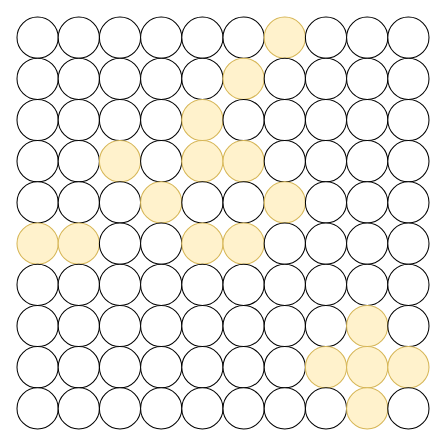
Earlier version of the draw.io diagram 2024_BOJ/drawio/14939.drawio (celbeing/PS_STUDY). Source tidied: cells renumbered, new cells numbered last; positions are measured from the earlier drawing's top-left corner, leaving out a move shared by most shapes. Both pictures are drawn from the tidied source at 103%, with x=0, y=0 at pixel (16, 16).
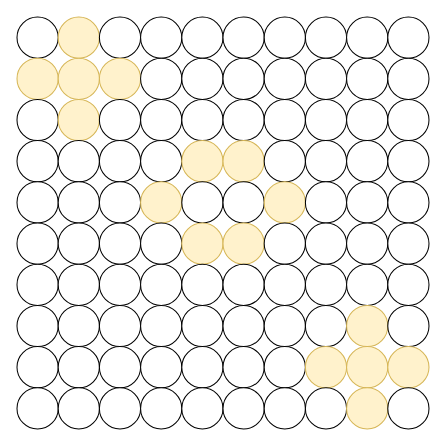
The same diagram, later.

What changed in the source:
```diff
@@
-    <mxCell id="3" style="ellipse;whiteSpace=wrap;html=1;" parent="1" vertex="1">
+    <mxCell id="3" style="ellipse;whiteSpace=wrap;html=1;fillColor=#fff2cc;strokeColor=#d6b656;" parent="1" vertex="1">
       <mxGeometry x="40" width="40" height="40" as="geometry" />
     </mxCell>
@@
-    <mxCell id="8" style="ellipse;whiteSpace=wrap;html=1;fillColor=#fff2cc;strokeColor=#d6b656;" parent="1" vertex="1">
+    <mxCell id="8" style="ellipse;whiteSpace=wrap;html=1;" parent="1" vertex="1">
       <mxGeometry x="240" width="40" height="40" as="geometry" />
     </mxCell>
@@
-    <mxCell id="12" style="ellipse;whiteSpace=wrap;html=1;" parent="1" vertex="1">
+    <mxCell id="12" style="ellipse;whiteSpace=wrap;html=1;fillColor=#fff2cc;strokeColor=#d6b656;" parent="1" vertex="1">
       <mxGeometry y="40" width="40" height="40" as="geometry" />
     </mxCell>
-    <mxCell id="13" style="ellipse;whiteSpace=wrap;html=1;" parent="1" vertex="1">
+    <mxCell id="13" style="ellipse;whiteSpace=wrap;html=1;fillColor=#fff2cc;strokeColor=#d6b656;" parent="1" vertex="1">
       <mxGeometry x="40" y="40" width="40" height="40" as="geometry" />
     </mxCell>
-    <mxCell id="14" style="ellipse;whiteSpace=wrap;html=1;" parent="1" vertex="1">
+    <mxCell id="14" style="ellipse;whiteSpace=wrap;html=1;fillColor=#fff2cc;strokeColor=#d6b656;" parent="1" vertex="1">
       <mxGeometry x="80" y="40" width="40" height="40" as="geometry" />
     </mxCell>
@@
-    <mxCell id="17" style="ellipse;whiteSpace=wrap;html=1;direction=south;fillColor=#fff2cc;strokeColor=#d6b656;" parent="1" vertex="1">
+    <mxCell id="17" style="ellipse;whiteSpace=wrap;html=1;direction=south;" parent="1" vertex="1">
       <mxGeometry x="200" y="40" width="40" height="40" as="geometry" />
     </mxCell>
@@
-    <mxCell id="23" style="ellipse;whiteSpace=wrap;html=1;" parent="1" vertex="1">
+    <mxCell id="23" style="ellipse;whiteSpace=wrap;html=1;fillColor=#fff2cc;strokeColor=#d6b656;" parent="1" vertex="1">
       <mxGeometry x="40" y="80" width="40" height="40" as="geometry" />
     </mxCell>
@@
-    <mxCell id="26" style="ellipse;whiteSpace=wrap;html=1;fillColor=#fff2cc;strokeColor=#d6b656;" parent="1" vertex="1">
+    <mxCell id="26" style="ellipse;whiteSpace=wrap;html=1;" parent="1" vertex="1">
       <mxGeometry x="160" y="80" width="40" height="40" as="geometry" />
     </mxCell>
@@
-    <mxCell id="34" style="ellipse;whiteSpace=wrap;html=1;fillColor=#fff2cc;strokeColor=#d6b656;" parent="1" vertex="1">
+    <mxCell id="34" style="ellipse;whiteSpace=wrap;html=1;" parent="1" vertex="1">
       <mxGeometry x="80" y="120" width="40" height="40" as="geometry" />
     </mxCell>
@@
-    <mxCell id="52" style="ellipse;whiteSpace=wrap;html=1;fillColor=#fff2cc;strokeColor=#d6b656;" parent="1" vertex="1">
+    <mxCell id="52" style="ellipse;whiteSpace=wrap;html=1;" parent="1" vertex="1">
       <mxGeometry y="200" width="40" height="40" as="geometry" />
     </mxCell>
-    <mxCell id="53" style="ellipse;whiteSpace=wrap;html=1;fillColor=#fff2cc;strokeColor=#d6b656;" parent="1" vertex="1">
+    <mxCell id="53" style="ellipse;whiteSpace=wrap;html=1;" parent="1" vertex="1">
       <mxGeometry x="40" y="200" width="40" height="40" as="geometry" />
     </mxCell>
```
